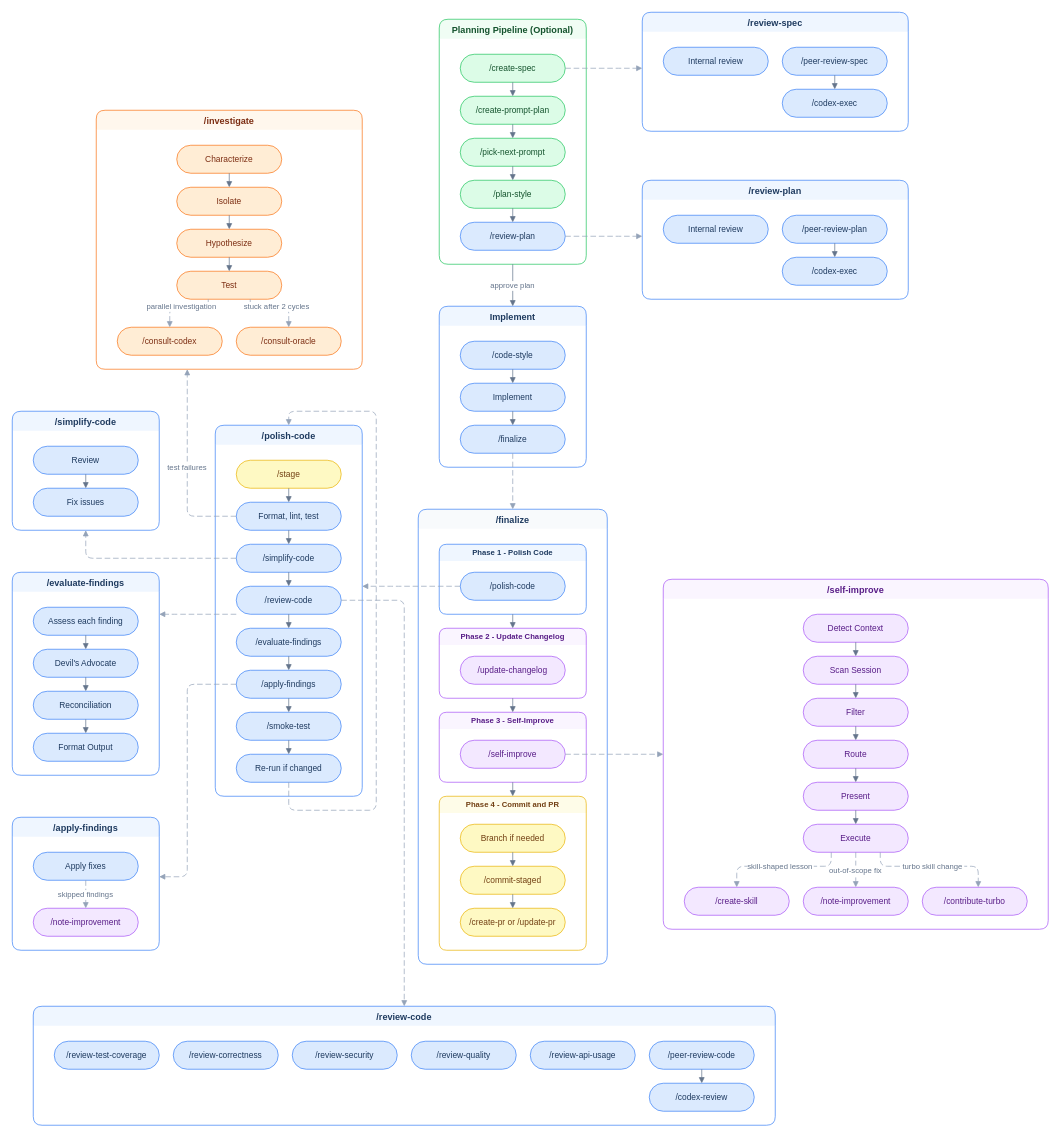
The draw.io diagram assets/how-skills-connect.drawio in nathan-hayashi/turbo, before the edit. Source tidied: cells renumbered, new cells numbered last; positions are measured from the earlier drawing's top-left corner, leaving out a move shared by most shapes. Both pictures are drawn from the tidied source at 70%, with x=0, y=0 at pixel (12, 12).
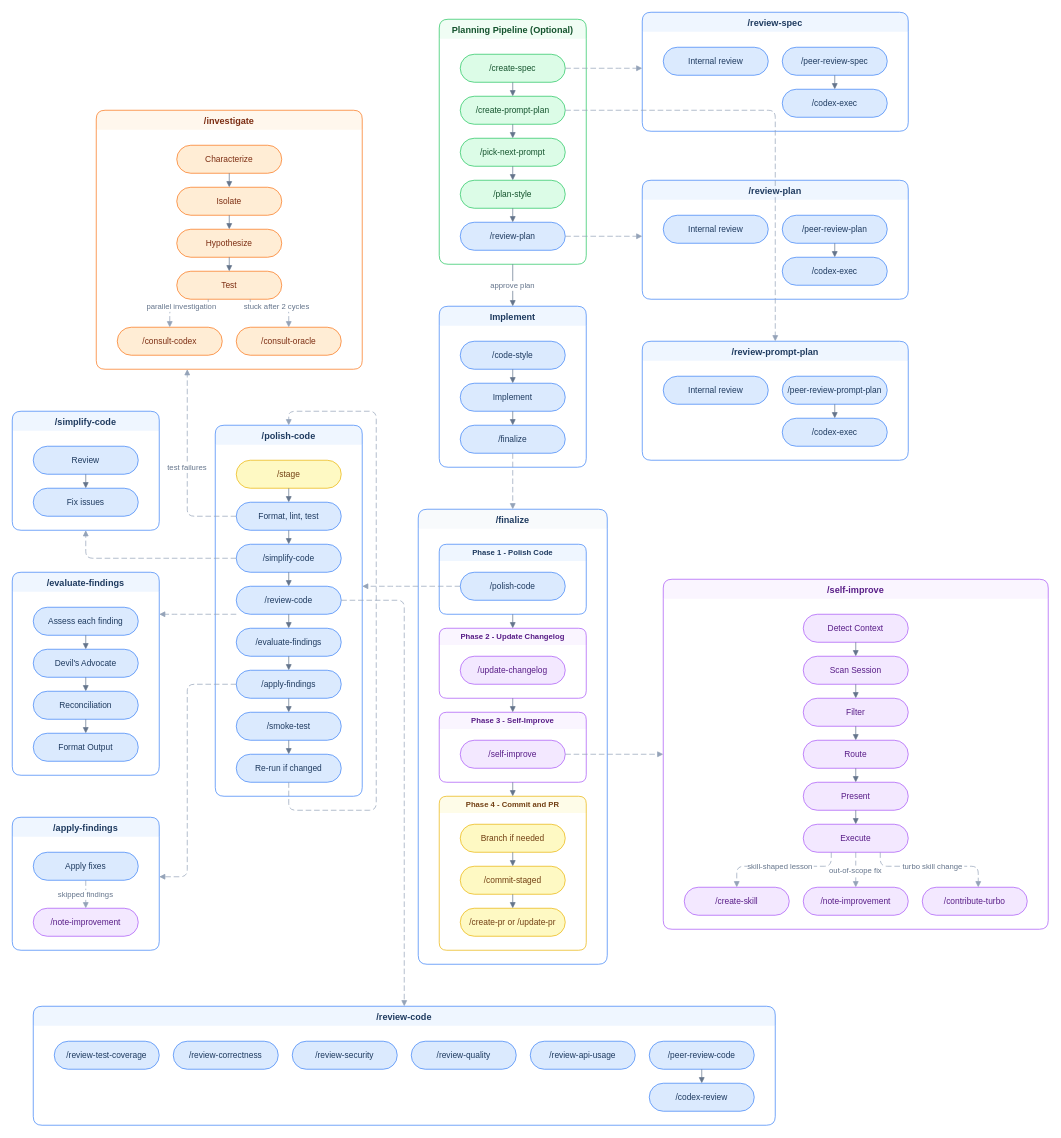
After the change.

Commit message (it also covers changes not shown here):
Add /review-prompt-plan and /peer-review-prompt-plan skills, refactor prompt plan review out of /create-prompt-plan

Unchanged cells that the change refers to:
```xml
<mxCell id="4" value="/create-prompt-plan" style="rounded=1;whiteSpace=wrap;html=1;arcSize=50;fillColor=#dcfce7;strokeColor=#22c55e;fontColor=#14532d;fontSize=12;" parent="2" vertex="1">
  <mxGeometry x="30" y="110" width="150" height="40" as="geometry" />
</mxCell>
```

What changed in the source:
```diff
@@
+    <mxCell id="127" value="/review-prompt-plan" style="swimlane;startSize=28;rounded=1;fillColor=#eff6ff;strokeColor=#3b82f6;fontColor=#1e3a5f;fontStyle=1;fontSize=13;swimlaneLine=0;" parent="1" vertex="1">
+      <mxGeometry x="900" y="470" width="380" height="170" as="geometry" />
+    </mxCell>
+    <mxCell id="128" value="Internal review" style="rounded=1;whiteSpace=wrap;html=1;arcSize=50;fillColor=#dbeafe;strokeColor=#3b82f6;fontColor=#1e3a5f;fontSize=12;" parent="127" vertex="1">
+      <mxGeometry x="30" y="50" width="150" height="40" as="geometry" />
+    </mxCell>
+    <mxCell id="129" value="/peer-review-prompt-plan" style="rounded=1;whiteSpace=wrap;html=1;arcSize=50;fillColor=#dbeafe;strokeColor=#3b82f6;fontColor=#1e3a5f;fontSize=12;" parent="127" vertex="1">
+      <mxGeometry x="200" y="50" width="150" height="40" as="geometry" />
+    </mxCell>
+    <mxCell id="130" value="/codex-exec" style="rounded=1;whiteSpace=wrap;html=1;arcSize=50;fillColor=#dbeafe;strokeColor=#3b82f6;fontColor=#1e3a5f;fontSize=12;" parent="127" vertex="1">
+      <mxGeometry x="200" y="110" width="150" height="40" as="geometry" />
+    </mxCell>
+    <mxCell id="131" style="endArrow=block;endFill=1;rounded=1;edgeStyle=orthogonalEdgeStyle;strokeColor=#64748b;" parent="127" edge="1" source="129" target="130">
+      <mxGeometry relative="1" as="geometry" />
+    </mxCell>
+    <mxCell id="132" style="dashed=1;dashPattern=8 4;endArrow=block;endFill=1;rounded=1;edgeStyle=orthogonalEdgeStyle;strokeColor=#94a3b8;fontSize=11;fontColor=#64748b;" parent="1" edge="1" source="4" target="127">
+      <mxGeometry relative="1" as="geometry" />
+    </mxCell>
```
